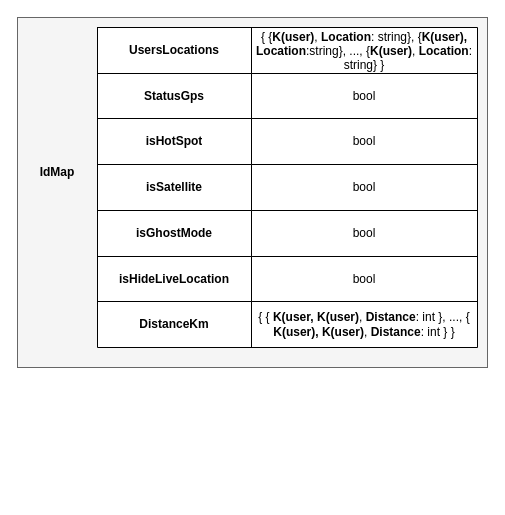
Before: NoAM/collection-map.drawio in Antonet99/noSQL-Snapchat, a draw.io diagram. Source tidied: cells renumbered, new cells numbered last; positions are measured from the earlier drawing's top-left corner, leaving out a move shared by most shapes. Both pictures are drawn from the tidied source at 100%, with x=0, y=0 at pixel (17, 17).
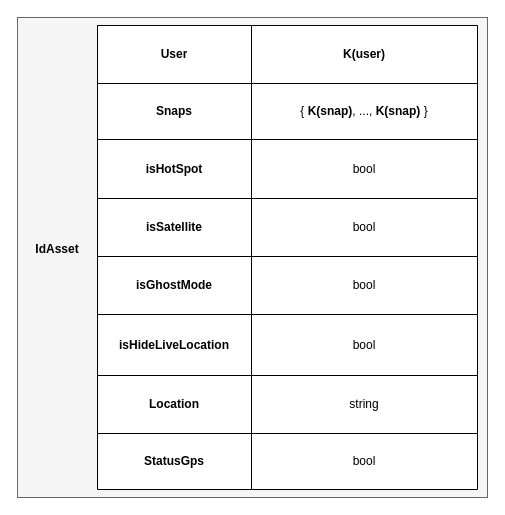
Above is the later version.

Diff of the diagram source:
```diff
@@
     <mxCell id="2" style="rounded=0;whiteSpace=wrap;html=1;fillColor=#f5f5f5;fontColor=#333333;strokeColor=#666666;" parent="1" vertex="1">
-      <mxGeometry width="470" height="350" as="geometry" />
+      <mxGeometry width="470" height="480" as="geometry" />
     </mxCell>
-    <mxCell id="3" value="&lt;b&gt;IdMap&lt;/b&gt;" style="text;html=1;strokeColor=none;fillColor=none;align=center;verticalAlign=middle;whiteSpace=wrap;rounded=0;" parent="1" vertex="1">
-      <mxGeometry x="10" y="140" width="60" height="30" as="geometry" />
+    <mxCell id="3" value="&lt;b&gt;IdAsset&lt;/b&gt;" style="text;html=1;strokeColor=none;fillColor=none;align=center;verticalAlign=middle;whiteSpace=wrap;rounded=0;" parent="1" vertex="1">
+      <mxGeometry x="10" y="217" width="60" height="30" as="geometry" />
     </mxCell>
     <mxCell id="4" style="shape=table;startSize=0;childLayout=tableLayout;" parent="1" vertex="1">
-      <mxGeometry x="80" y="10" width="380" height="320" as="geometry" />
+      <mxGeometry x="80" y="8" width="380" height="464" as="geometry" />
     </mxCell>
     <mxCell id="5" style="shape=tableRow;horizontal=0;startSize=0;swimlaneHead=0;swimlaneBody=0;strokeColor=inherit;top=0;left=0;bottom=0;right=0;fillColor=none;" parent="4" vertex="1">
-      <mxGeometry width="380" height="46" as="geometry" />
+      <mxGeometry width="380" height="58" as="geometry" />
     </mxCell>
-    <mxCell id="6" value="&lt;b&gt;UsersLocations&lt;/b&gt;" style="shape=partialRectangle;html=1;whiteSpace=wrap;strokeColor=inherit;overflow=hidden;fillColor=none;top=0;left=0;bottom=0;right=0;" parent="5" vertex="1">
-      <mxGeometry width="154" height="46" as="geometry" />
+    <mxCell id="6" value="&lt;b&gt;User&lt;/b&gt;" style="shape=partialRectangle;html=1;whiteSpace=wrap;strokeColor=inherit;overflow=hidden;fillColor=none;top=0;left=0;bottom=0;right=0;" parent="5" vertex="1">
+      <mxGeometry width="154" height="58" as="geometry" />
     </mxCell>
-    <mxCell id="7" value="{ {&lt;b&gt;K(user)&lt;/b&gt;, &lt;b&gt;Location&lt;/b&gt;: string}, {&lt;b&gt;K(user), Location&lt;/b&gt;:string}, ..., {&lt;b&gt;K(user)&lt;/b&gt;,&amp;nbsp;&lt;b&gt;Location&lt;/b&gt;: string} }" style="shape=partialRectangle;html=1;whiteSpace=wrap;strokeColor=inherit;overflow=hidden;fillColor=none;top=0;left=0;bottom=0;right=0;" parent="5" vertex="1">
-      <mxGeometry x="154" width="226" height="46" as="geometry" />
+    <mxCell id="7" value="&lt;b&gt;K(user) &lt;/b&gt;" style="shape=partialRectangle;html=1;whiteSpace=wrap;strokeColor=inherit;overflow=hidden;fillColor=none;top=0;left=0;bottom=0;right=0;" parent="5" vertex="1">
+      <mxGeometry x="154" width="226" height="58" as="geometry" />
     </mxCell>
     <mxCell id="8" style="shape=tableRow;horizontal=0;startSize=0;swimlaneHead=0;swimlaneBody=0;strokeColor=inherit;top=0;left=0;bottom=0;right=0;fillColor=none;" parent="4" vertex="1">
-      <mxGeometry y="46" width="380" height="45" as="geometry" />
+      <mxGeometry y="58" width="380" height="56" as="geometry" />
     </mxCell>
-    <mxCell id="9" value="&lt;b&gt;StatusGps&lt;/b&gt;" style="shape=partialRectangle;html=1;whiteSpace=wrap;strokeColor=inherit;overflow=hidden;fillColor=none;top=0;left=0;bottom=0;right=0;" parent="8" vertex="1">
-      <mxGeometry width="154" height="45" as="geometry" />
+    <mxCell id="9" value="&lt;b&gt;Snaps&lt;/b&gt;" style="shape=partialRectangle;html=1;whiteSpace=wrap;strokeColor=inherit;overflow=hidden;fillColor=none;top=0;left=0;bottom=0;right=0;" parent="8" vertex="1">
+      <mxGeometry width="154" height="56" as="geometry" />
     </mxCell>
-    <mxCell id="10" value="bool" style="shape=partialRectangle;html=1;whiteSpace=wrap;strokeColor=inherit;overflow=hidden;fillColor=none;top=0;left=0;bottom=0;right=0;" parent="8" vertex="1">
-      <mxGeometry x="154" width="226" height="45" as="geometry" />
+    <mxCell id="10" value="{&lt;b&gt; K(snap)&lt;/b&gt;, ..., &lt;b&gt;K(snap)&lt;/b&gt; }" style="shape=partialRectangle;html=1;whiteSpace=wrap;strokeColor=inherit;overflow=hidden;fillColor=none;top=0;left=0;bottom=0;right=0;" parent="8" vertex="1">
+      <mxGeometry x="154" width="226" height="56" as="geometry" />
     </mxCell>
     <mxCell id="11" style="shape=tableRow;horizontal=0;startSize=0;swimlaneHead=0;swimlaneBody=0;strokeColor=inherit;top=0;left=0;bottom=0;right=0;fillColor=none;" parent="4" vertex="1">
-      <mxGeometry y="91" width="380" height="46" as="geometry" />
+      <mxGeometry y="114" width="380" height="59" as="geometry" />
     </mxCell>
     <mxCell id="12" value="&lt;b&gt;isHotSpot&lt;/b&gt;" style="shape=partialRectangle;html=1;whiteSpace=wrap;strokeColor=inherit;overflow=hidden;fillColor=none;top=0;left=0;bottom=0;right=0;" parent="11" vertex="1">
-      <mxGeometry width="154" height="46" as="geometry" />
+      <mxGeometry width="154" height="59" as="geometry" />
     </mxCell>
     <mxCell id="13" value="bool" style="shape=partialRectangle;html=1;whiteSpace=wrap;strokeColor=inherit;overflow=hidden;fillColor=none;top=0;left=0;bottom=0;right=0;" parent="11" vertex="1">
-      <mxGeometry x="154" width="226" height="46" as="geometry" />
+      <mxGeometry x="154" width="226" height="59" as="geometry" />
     </mxCell>
     <mxCell id="14" style="shape=tableRow;horizontal=0;startSize=0;swimlaneHead=0;swimlaneBody=0;strokeColor=inherit;top=0;left=0;bottom=0;right=0;fillColor=none;" parent="4" vertex="1">
-      <mxGeometry y="137" width="380" height="46" as="geometry" />
+      <mxGeometry y="173" width="380" height="58" as="geometry" />
     </mxCell>
     <mxCell id="15" value="&lt;b&gt;isSatellite&lt;/b&gt;" style="shape=partialRectangle;html=1;whiteSpace=wrap;strokeColor=inherit;overflow=hidden;fillColor=none;top=0;left=0;bottom=0;right=0;" parent="14" vertex="1">
-      <mxGeometry width="154" height="46" as="geometry" />
+      <mxGeometry width="154" height="58" as="geometry" />
     </mxCell>
     <mxCell id="16" value="bool" style="shape=partialRectangle;html=1;whiteSpace=wrap;strokeColor=inherit;overflow=hidden;fillColor=none;top=0;left=0;bottom=0;right=0;" parent="14" vertex="1">
-      <mxGeometry x="154" width="226" height="46" as="geometry" />
+      <mxGeometry x="154" width="226" height="58" as="geometry" />
     </mxCell>
     <mxCell id="17" style="shape=tableRow;horizontal=0;startSize=0;swimlaneHead=0;swimlaneBody=0;strokeColor=inherit;top=0;left=0;bottom=0;right=0;fillColor=none;" parent="4" vertex="1">
-      <mxGeometry y="183" width="380" height="46" as="geometry" />
+      <mxGeometry y="231" width="380" height="58" as="geometry" />
     </mxCell>
     <mxCell id="18" value="&lt;b&gt;isGhostMode&lt;/b&gt;" style="shape=partialRectangle;html=1;whiteSpace=wrap;strokeColor=inherit;overflow=hidden;fillColor=none;top=0;left=0;bottom=0;right=0;" parent="17" vertex="1">
-      <mxGeometry width="154" height="46" as="geometry" />
+      <mxGeometry width="154" height="58" as="geometry" />
     </mxCell>
     <mxCell id="19" value="bool" style="shape=partialRectangle;html=1;whiteSpace=wrap;strokeColor=inherit;overflow=hidden;fillColor=none;top=0;left=0;bottom=0;right=0;" parent="17" vertex="1">
-      <mxGeometry x="154" width="226" height="46" as="geometry" />
+      <mxGeometry x="154" width="226" height="58" as="geometry" />
     </mxCell>
     <mxCell id="20" style="shape=tableRow;horizontal=0;startSize=0;swimlaneHead=0;swimlaneBody=0;strokeColor=inherit;top=0;left=0;bottom=0;right=0;fillColor=none;" parent="4" vertex="1">
-      <mxGeometry y="229" width="380" height="45" as="geometry" />
+      <mxGeometry y="289" width="380" height="61" as="geometry" />
     </mxCell>
     <mxCell id="21" value="&lt;b&gt;isHideLiveLocation&lt;/b&gt;" style="shape=partialRectangle;html=1;whiteSpace=wrap;strokeColor=inherit;overflow=hidden;fillColor=none;top=0;left=0;bottom=0;right=0;" parent="20" vertex="1">
-      <mxGeometry width="154" height="45" as="geometry" />
+      <mxGeometry width="154" height="61" as="geometry" />
     </mxCell>
     <mxCell id="22" value="bool" style="shape=partialRectangle;html=1;whiteSpace=wrap;strokeColor=inherit;overflow=hidden;fillColor=none;top=0;left=0;bottom=0;right=0;" parent="20" vertex="1">
-      <mxGeometry x="154" width="226" height="45" as="geometry" />
+      <mxGeometry x="154" width="226" height="61" as="geometry" />
     </mxCell>
-    <mxCell id="23" style="shape=tableRow;horizontal=0;startSize=0;swimlaneHead=0;swimlaneBody=0;strokeColor=inherit;top=0;left=0;bottom=0;right=0;fillColor=none;" parent="4" vertex="1">
-      <mxGeometry y="274" width="380" height="46" as="geometry" />
-    </mxCell>
-    <mxCell id="24" value="&lt;b&gt;DistanceKm&lt;/b&gt;" style="shape=partialRectangle;html=1;whiteSpace=wrap;strokeColor=inherit;overflow=hidden;fillColor=none;top=0;left=0;bottom=0;right=0;" parent="23" vertex="1">
-      <mxGeometry width="154" height="46" as="geometry" />
-    </mxCell>
-    <mxCell id="25" value="{ { &lt;b&gt;K(user, K(user)&lt;/b&gt;, &lt;b&gt;Distance&lt;/b&gt;: int }, ...,&amp;nbsp;{ &lt;b&gt;K(user), K(user)&lt;/b&gt;, &lt;b&gt;Distance&lt;/b&gt;: int } }" style="shape=partialRectangle;html=1;whiteSpace=wrap;strokeColor=inherit;overflow=hidden;fillColor=none;top=0;left=0;bottom=0;right=0;" parent="23" vertex="1">
-      <mxGeometry x="154" width="226" height="46" as="geometry" />
-    </mxCell>
+    <mxCell id="26" style="shape=tableRow;horizontal=0;startSize=0;swimlaneHead=0;swimlaneBody=0;strokeColor=inherit;top=0;left=0;bottom=0;right=0;fillColor=none;" parent="4" vertex="1">
+      <mxGeometry y="350" width="380" height="58" as="geometry" />
+    </mxCell>
+    <mxCell id="27" value="&lt;b&gt;Location&lt;/b&gt;" style="shape=partialRectangle;html=1;whiteSpace=wrap;strokeColor=inherit;overflow=hidden;fillColor=none;top=0;left=0;bottom=0;right=0;" parent="26" vertex="1">
+      <mxGeometry width="154" height="58" as="geometry" />
+    </mxCell>
+    <mxCell id="28" value="string" style="shape=partialRectangle;html=1;whiteSpace=wrap;strokeColor=inherit;overflow=hidden;fillColor=none;top=0;left=0;bottom=0;right=0;" parent="26" vertex="1">
+      <mxGeometry x="154" width="226" height="58" as="geometry" />
+    </mxCell>
+    <mxCell id="29" style="shape=tableRow;horizontal=0;startSize=0;swimlaneHead=0;swimlaneBody=0;strokeColor=inherit;top=0;left=0;bottom=0;right=0;fillColor=none;" parent="4" vertex="1">
+      <mxGeometry y="408" width="380" height="56" as="geometry" />
+    </mxCell>
+    <mxCell id="30" value="&lt;b&gt;StatusGps&lt;/b&gt;" style="shape=partialRectangle;html=1;whiteSpace=wrap;strokeColor=inherit;overflow=hidden;fillColor=none;top=0;left=0;bottom=0;right=0;" parent="29" vertex="1">
+      <mxGeometry width="154" height="56" as="geometry" />
+    </mxCell>
+    <mxCell id="31" value="bool" style="shape=partialRectangle;html=1;whiteSpace=wrap;strokeColor=inherit;overflow=hidden;fillColor=none;top=0;left=0;bottom=0;right=0;" parent="29" vertex="1">
+      <mxGeometry x="154" width="226" height="56" as="geometry" />
+    </mxCell>
```
